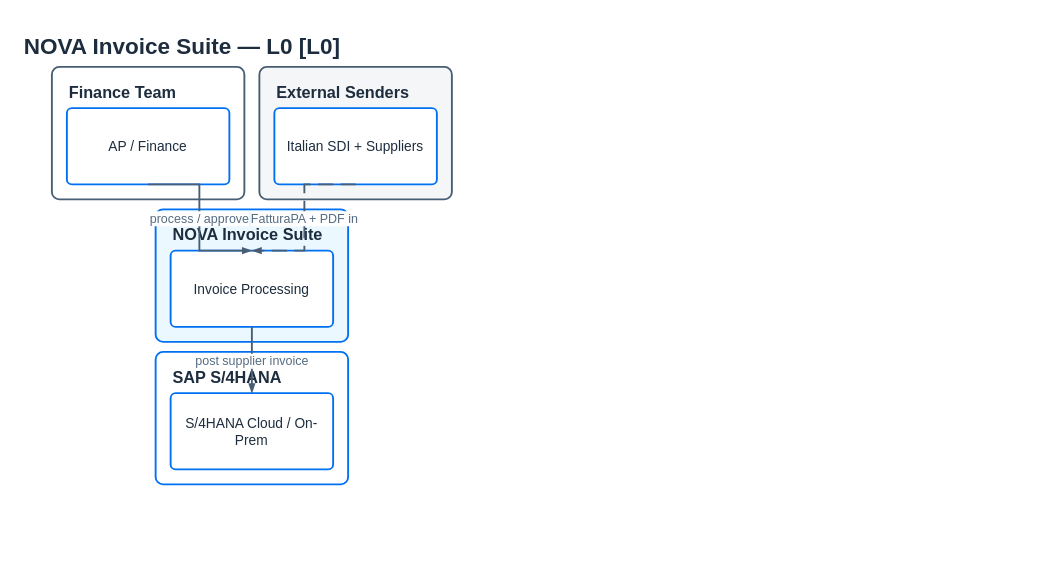
The draw.io diagram demo/nova/nova-L0.drawio in Raistlin82/sap-diagrams-pro, before the edit. Source tidied: cells renumbered, new cells numbered last; positions are measured from the earlier drawing's top-left corner, leaving out a move shared by most shapes. Both pictures are drawn from the tidied source at 125%, with x=0, y=0 at pixel (21, 26).
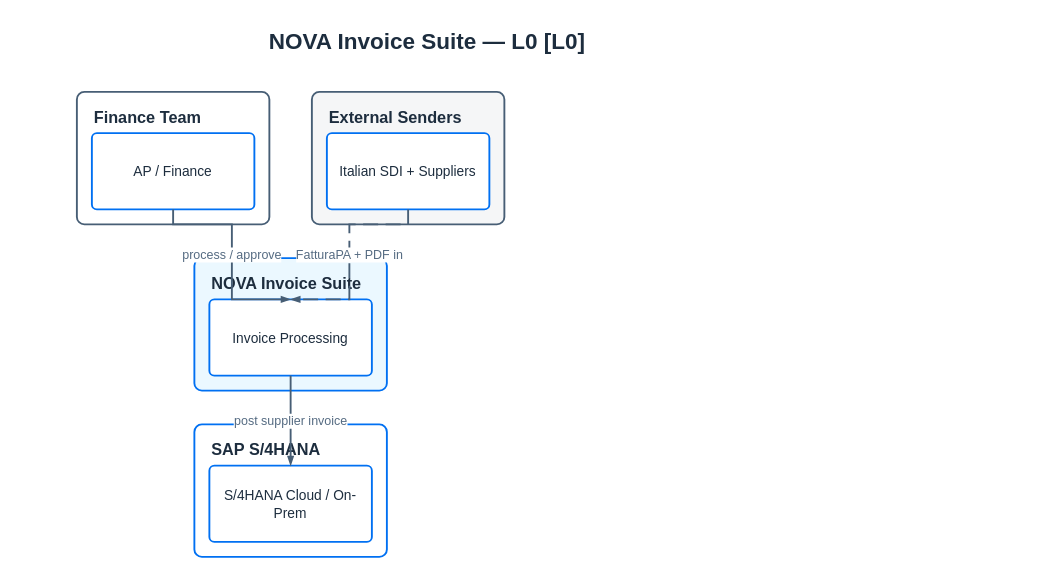
Above is the later version.

What changed in the source:
```diff
@@
 <mxGraphModel>
   <root>
     <mxCell id="0" />
     <mxCell id="1" parent="0" />
-    <mxCell id="2" value="NOVA Invoice Suite — L0 [L0]" style="text;html=1;align=left;verticalAlign=middle;fontColor=#1D2D3E;fontSize=18;fontStyle=1;" parent="1" vertex="1">
-      <mxGeometry width="800" height="32" as="geometry" />
+    <mxCell id="2" value="NOVA Invoice Suite — L0 [L0]" style="text;html=1;align=center;verticalAlign=middle;fontColor=#1D2D3E;fontSize=18;fontStyle=1;" parent="1" vertex="1">
+      <mxGeometry x="24" y="-4" width="600" height="32" as="geometry" />
     </mxCell>
     <mxCell id="3" value="Finance Team" style="rounded=1;whiteSpace=wrap;html=1;strokeColor=#475E75;fillColor=#FFFFFF;arcSize=12;absoluteArcSize=1;strokeWidth=1.5;verticalAlign=top;align=left;fontColor=#1D2D3E;fontStyle=1;fontSize=13;spacingLeft=12;spacingTop=6;" parent="1" vertex="1">
-      <mxGeometry x="24" y="32" width="154" height="106" as="geometry" />
+      <mxGeometry x="44" y="52" width="154" height="106" as="geometry" />
     </mxCell>
     <mxCell id="4" value="External Senders" style="rounded=1;whiteSpace=wrap;html=1;strokeColor=#475E75;fillColor=#F5F6F7;arcSize=12;absoluteArcSize=1;strokeWidth=1.5;verticalAlign=top;align=left;fontColor=#1D2D3E;fontStyle=1;fontSize=13;spacingLeft=12;spacingTop=6;" parent="1" vertex="1">
-      <mxGeometry x="190" y="32" width="154" height="106" as="geometry" />
+      <mxGeometry x="232" y="52" width="154" height="106" as="geometry" />
     </mxCell>
     <mxCell id="5" value="NOVA Invoice Suite" style="rounded=1;whiteSpace=wrap;html=1;strokeColor=#0070F2;fillColor=#EBF8FF;arcSize=12;absoluteArcSize=1;strokeWidth=1.5;verticalAlign=top;align=left;fontColor=#1D2D3E;fontStyle=1;fontSize=13;spacingLeft=12;spacingTop=6;" parent="1" vertex="1">
-      <mxGeometry x="107" y="146" width="154" height="106" as="geometry" />
+      <mxGeometry x="138" y="185" width="154" height="106" as="geometry" />
     </mxCell>
     <mxCell id="6" value="SAP S/4HANA" style="rounded=1;whiteSpace=wrap;html=1;strokeColor=#0070F2;fillColor=#FFFFFF;arcSize=12;absoluteArcSize=1;strokeWidth=1.5;verticalAlign=top;align=left;fontColor=#1D2D3E;fontStyle=1;fontSize=13;spacingLeft=12;spacingTop=6;" parent="1" vertex="1">
-      <mxGeometry x="107" y="260" width="154" height="106" as="geometry" />
+      <mxGeometry x="138" y="318" width="154" height="106" as="geometry" />
     </mxCell>
     <mxCell id="7" value="AP / Finance" style="rounded=1;whiteSpace=wrap;html=1;strokeColor=#0070F2;fillColor=#FFFFFF;arcSize=8;absoluteArcSize=1;strokeWidth=1.5;fontColor=#1D2D3E;fontSize=11;align=center;verticalAlign=middle;" parent="3" vertex="1">
       <mxGeometry x="12" y="33" width="130" height="61" as="geometry" />
     </mxCell>
     <mxCell id="8" value="Italian SDI + Suppliers" style="rounded=1;whiteSpace=wrap;html=1;strokeColor=#0070F2;fillColor=#FFFFFF;arcSize=8;absoluteArcSize=1;strokeWidth=1.5;fontColor=#1D2D3E;fontSize=11;align=center;verticalAlign=middle;" parent="4" vertex="1">
       <mxGeometry x="12" y="33" width="130" height="61" as="geometry" />
     </mxCell>
     <mxCell id="9" value="Invoice Processing" style="rounded=1;whiteSpace=wrap;html=1;strokeColor=#0070F2;fillColor=#FFFFFF;arcSize=8;absoluteArcSize=1;strokeWidth=1.5;fontColor=#1D2D3E;fontSize=11;align=center;verticalAlign=middle;" parent="5" vertex="1">
       <mxGeometry x="12" y="33" width="130" height="61" as="geometry" />
     </mxCell>
     <mxCell id="10" value="S/4HANA Cloud / On-Prem" style="rounded=1;whiteSpace=wrap;html=1;strokeColor=#0070F2;fillColor=#FFFFFF;arcSize=8;absoluteArcSize=1;strokeWidth=1.5;fontColor=#1D2D3E;fontSize=11;align=center;verticalAlign=middle;" parent="6" vertex="1">
       <mxGeometry x="12" y="33" width="130" height="61" as="geometry" />
     </mxCell>
-    <mxCell id="11" value="FatturaPA + PDF in" style="edgeStyle=orthogonalEdgeStyle;rounded=0;jettySize=auto;html=1;endArrow=blockThin;endFill=1;endSize=4;startSize=4;strokeColor=#475E75;strokeWidth=1.5;dashed=1;dashPattern=8 4;fontSize=10;fontColor=#556B82;labelBackgroundColor=#FFFFFF;exitX=0.5;exitY=1.0;exitDx=0;exitDy=0;entryX=0.5;entryY=0.0;entryDx=0;entryDy=0;" parent="1" edge="1" source="8" target="9">
+    <mxCell id="11" value="FatturaPA + PDF in" style="edgeStyle=orthogonalEdgeStyle;rounded=0;jettySize=auto;html=1;endArrow=blockThin;endFill=1;endSize=4;startSize=4;strokeColor=#475E75;strokeWidth=1.5;dashed=1;dashPattern=8 4;fontSize=10;fontColor=#556B82;labelBackgroundColor=#FFFFFF;labelBorderColor=none;verticalAlign=middle;align=center;exitX=0.5;exitY=1.0;exitDx=0;exitDy=0;entryX=0.5;entryY=0.0;entryDx=0;entryDy=0;" parent="1" edge="1" source="8" target="9">
       <mxGeometry relative="1" as="geometry">
         <Array as="points">
-          <mxPoint x="226" y="126" />
-          <mxPoint x="226" y="126" />
-          <mxPoint x="226" y="167" />
+          <mxPoint x="262" y="158" />
+          <mxPoint x="262" y="163" />
+          <mxPoint x="262" y="168" />
         </Array>
       </mxGeometry>
     </mxCell>
-    <mxCell id="12" value="process / approve" style="edgeStyle=orthogonalEdgeStyle;rounded=0;jettySize=auto;html=1;endArrow=blockThin;endFill=1;endSize=4;startSize=4;strokeColor=#475E75;strokeWidth=1.5;dashed=0;fontSize=10;fontColor=#556B82;labelBackgroundColor=#FFFFFF;exitX=0.5;exitY=1.0;exitDx=0;exitDy=0;entryX=0.5;entryY=0.0;entryDx=0;entryDy=0;" parent="1" edge="1" source="7" target="9">
+    <mxCell id="12" value="process / approve" style="edgeStyle=orthogonalEdgeStyle;rounded=0;jettySize=auto;html=1;endArrow=blockThin;endFill=1;endSize=4;startSize=4;strokeColor=#475E75;strokeWidth=1.5;dashed=0;fontSize=10;fontColor=#556B82;labelBackgroundColor=#FFFFFF;labelBorderColor=none;verticalAlign=middle;align=center;exitX=0.5;exitY=1.0;exitDx=0;exitDy=0;entryX=0.5;entryY=0.0;entryDx=0;entryDy=0;" parent="1" edge="1" source="7" target="9">
       <mxGeometry relative="1" as="geometry">
         <Array as="points">
-          <mxPoint x="142" y="126" />
-          <mxPoint x="142" y="126" />
-          <mxPoint x="142" y="167" />
+          <mxPoint x="168" y="158" />
+          <mxPoint x="168" y="163" />
+          <mxPoint x="168" y="168" />
         </Array>
       </mxGeometry>
     </mxCell>
-    <mxCell id="13" value="post supplier invoice" style="edgeStyle=orthogonalEdgeStyle;rounded=0;jettySize=auto;html=1;endArrow=blockThin;endFill=1;endSize=4;startSize=4;strokeColor=#475E75;strokeWidth=1.5;dashed=0;fontSize=10;fontColor=#556B82;labelBackgroundColor=#FFFFFF;exitX=0.5;exitY=1.0;exitDx=0;exitDy=0;entryX=0.5;entryY=0.0;entryDx=0;entryDy=0;" parent="1" edge="1" source="9" target="10">
+    <mxCell id="13" value="post supplier invoice" style="edgeStyle=orthogonalEdgeStyle;rounded=0;jettySize=auto;html=1;endArrow=blockThin;endFill=1;endSize=4;startSize=4;strokeColor=#475E75;strokeWidth=1.5;dashed=0;fontSize=10;fontColor=#556B82;labelBackgroundColor=#FFFFFF;labelBorderColor=none;verticalAlign=middle;align=center;exitX=0.5;exitY=1.0;exitDx=0;exitDy=0;entryX=0.5;entryY=0.0;entryDx=0;entryDy=0;" parent="1" edge="1" source="9" target="10">
       <mxGeometry relative="1" as="geometry">
         <Array as="points">
-          <mxPoint x="184" y="240" />
-          <mxPoint x="184" y="240" />
-          <mxPoint x="184" y="281" />
+          <mxPoint x="215" y="291" />
+          <mxPoint x="215" y="296" />
+          <mxPoint x="215" y="301" />
         </Array>
       </mxGeometry>
     </mxCell>
   </root>
 </mxGraphModel>
```
